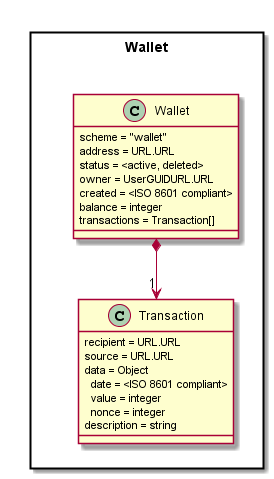
Before: datamodel/data-objects/wallet/Wallet-Data-Object-Model.png, a diagram exported from PlantUML (reTHINK-project/specs).
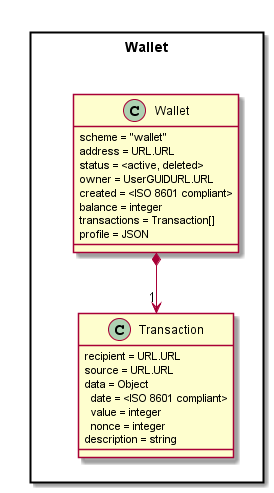
After the change.

Commit message:
Device data model spec added

The edit, as a diff of the source:
```diff
@@ -10,6 +10,7 @@
 		created = <ISO 8601 compliant>
 		balance = integer
 		transactions = Transaction[]
+		profile = JSON
 	}
 
 	class Transaction {
```
